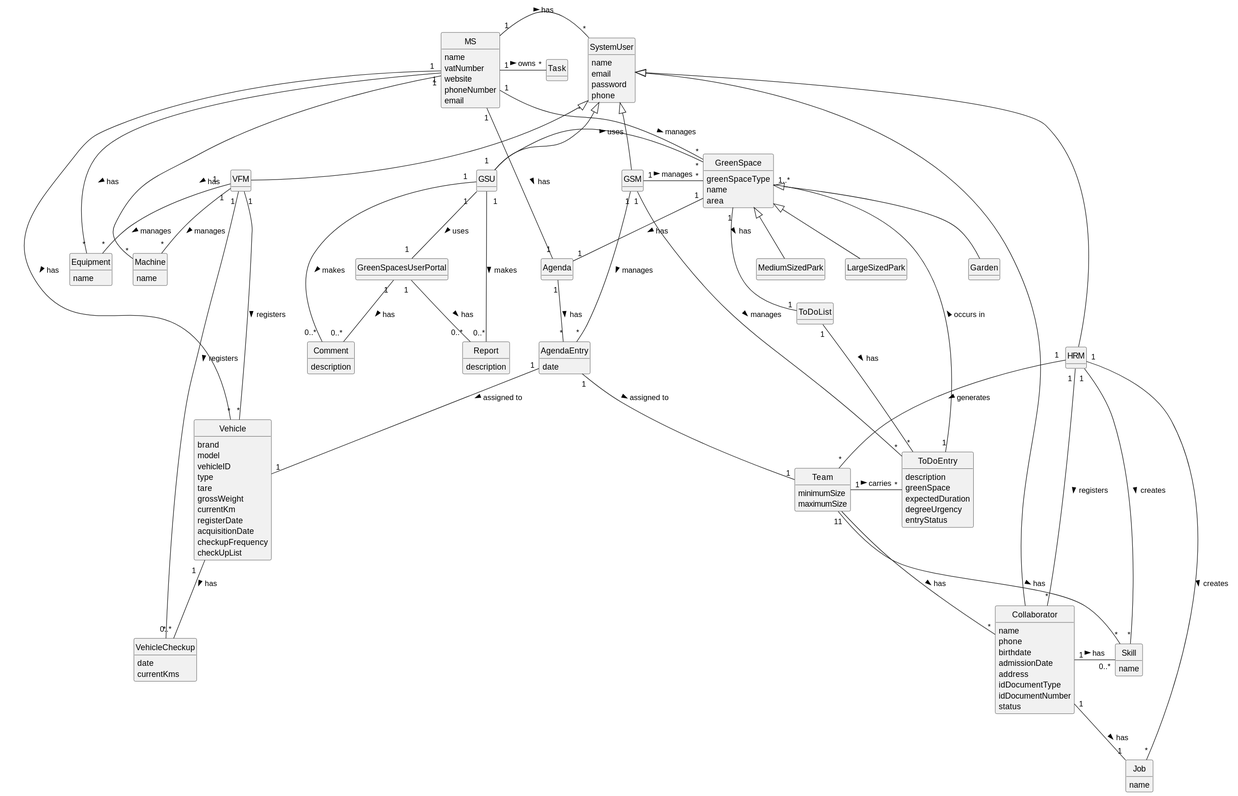
This is docs/sprintC/global-artifacts/02.analysis/svg/project-domain-model.svg from Departamento-de-Engenharia-Informatica/lei-24-s2-1do-g164, a PlantUML export, as it was before one commit.
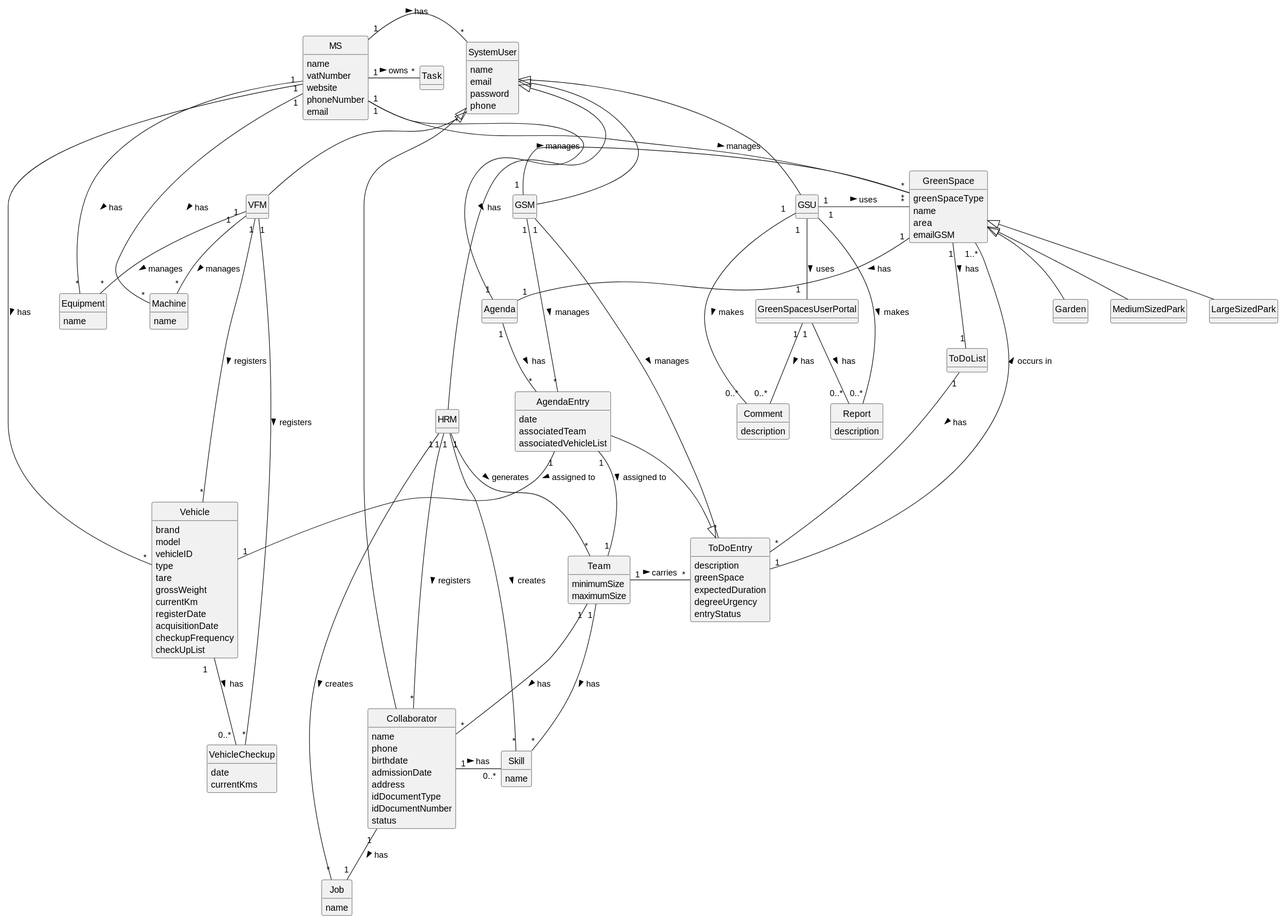
After the change.

Change to the diagram source:
```diff
@@ -21,6 +21,7 @@
     greenSpaceType
     name
     area
+    emailGSM
 }
 
 class Garden
@@ -101,8 +102,9 @@
 }
 
 class AgendaEntry {
-
     date
+    associatedTeam
+    associatedVehicleList
 }
 
 class GreenSpacesUserPortal{
@@ -186,4 +188,5 @@
 GSM "1" -- "*" AgendaEntry: manages >
 GSM "1" -- "*" ToDoEntry: manages >
 Collaborator -|> SystemUser
+AgendaEntry --|> ToDoEntry
 @enduml
```
